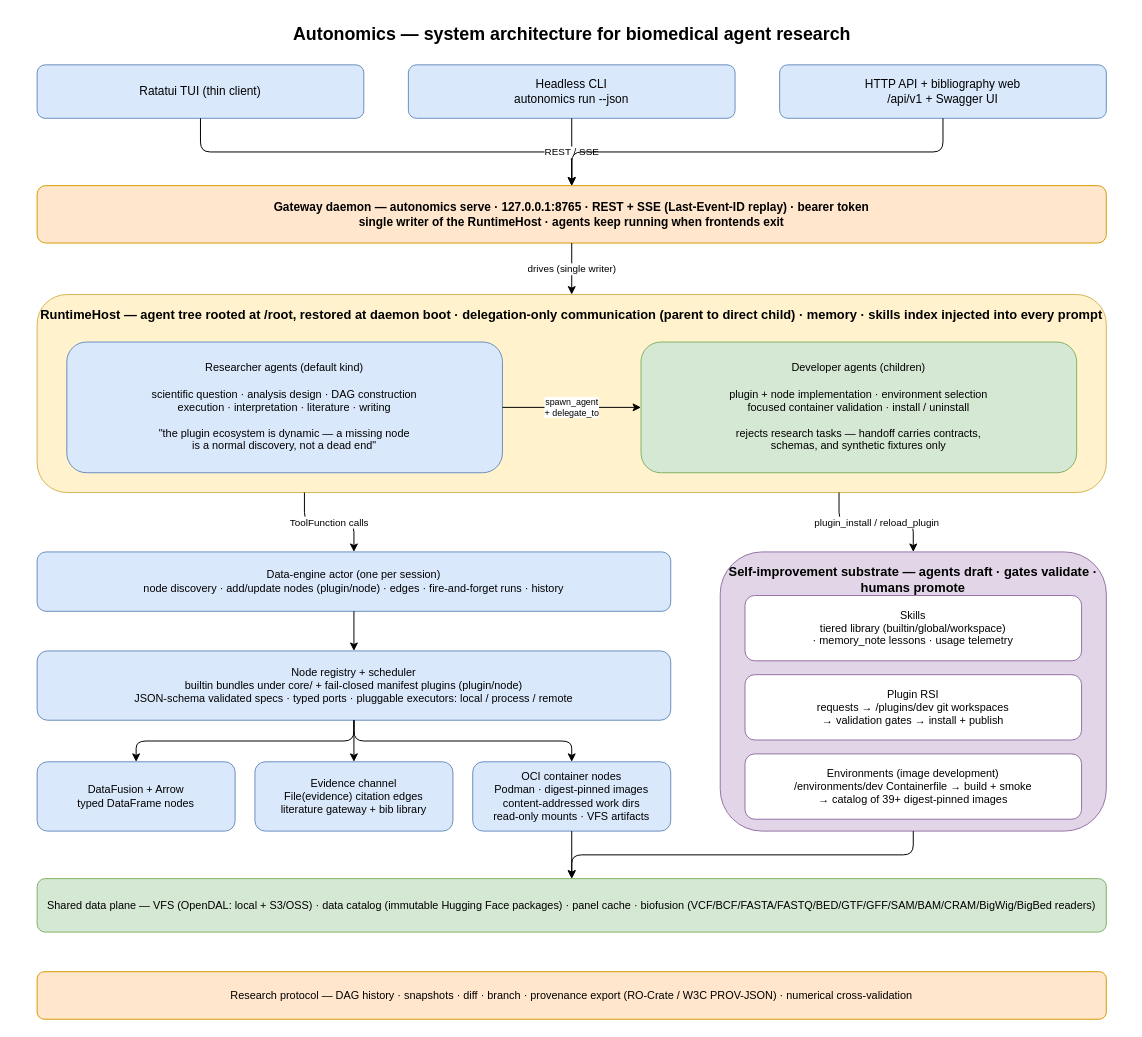
Before: docs/diagrams/architecture.drawio in auto-nomics/autonomics, a draw.io diagram. Source tidied: cells renumbered, new cells numbered last; positions are measured from the earlier drawing's top-left corner, leaving out a move shared by most shapes. Both pictures are drawn from the tidied source at 99%, with x=0, y=0 at pixel (17, 17).
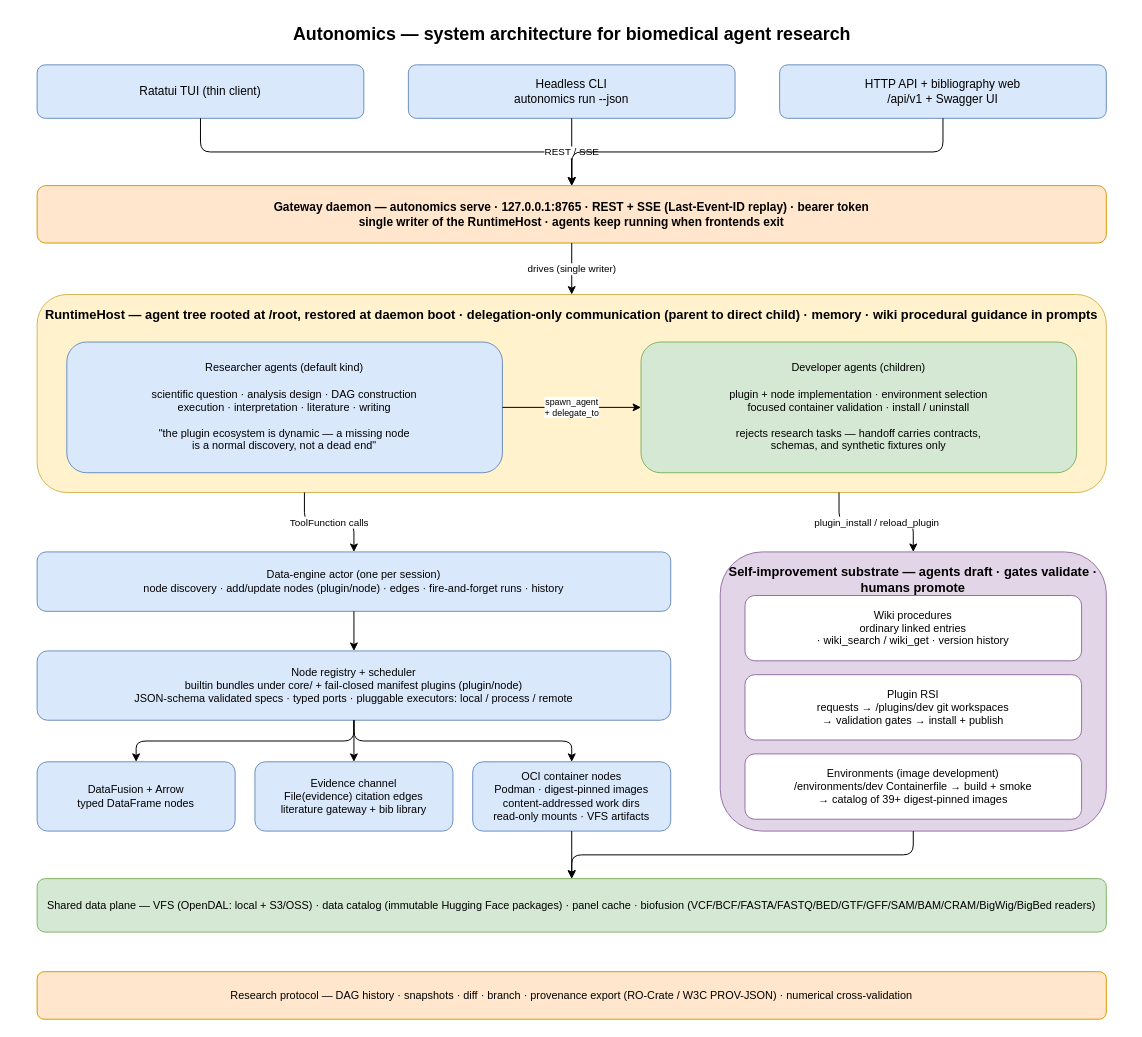
After the change.

Change to the diagram source:
```diff
@@
-    <mxCell id="11" value="RuntimeHost — agent tree rooted at /root, restored at daemon boot · delegation-only communication (parent to direct child) · memory · skills index injected into every prompt" style="rounded=1;html=1;whiteSpace=wrap;verticalAlign=top;fillColor=#fff2cc;strokeColor=#d6b656;fontSize=13;fontStyle=1;spacingTop=6;" parent="1" vertex="1">
+    <mxCell id="11" value="RuntimeHost — agent tree rooted at /root, restored at daemon boot · delegation-only communication (parent to direct child) · memory · wiki procedural guidance in prompts" style="rounded=1;html=1;whiteSpace=wrap;verticalAlign=top;fillColor=#fff2cc;strokeColor=#d6b656;fontSize=13;fontStyle=1;spacingTop=6;" parent="1" vertex="1">
       <mxGeometry x="20" y="280" width="1080" height="200" as="geometry" />
     </mxCell>
@@
-    <mxCell id="27" value="Skills&#10;tiered library (builtin/global/workspace)&#10;· memory_note lessons · usage telemetry" style="rounded=1;whiteSpace=wrap;html=1;fillColor=#ffffff;strokeColor=#9673a6;fontSize=11;" parent="1" vertex="1">
+    <mxCell id="27" value="Wiki procedures&#10;ordinary linked entries&#10;· wiki_search / wiki_get · version history" style="rounded=1;whiteSpace=wrap;html=1;fillColor=#ffffff;strokeColor=#9673a6;fontSize=11;" parent="1" vertex="1">
       <mxGeometry x="735" y="584" width="340" height="66" as="geometry" />
     </mxCell>
```
